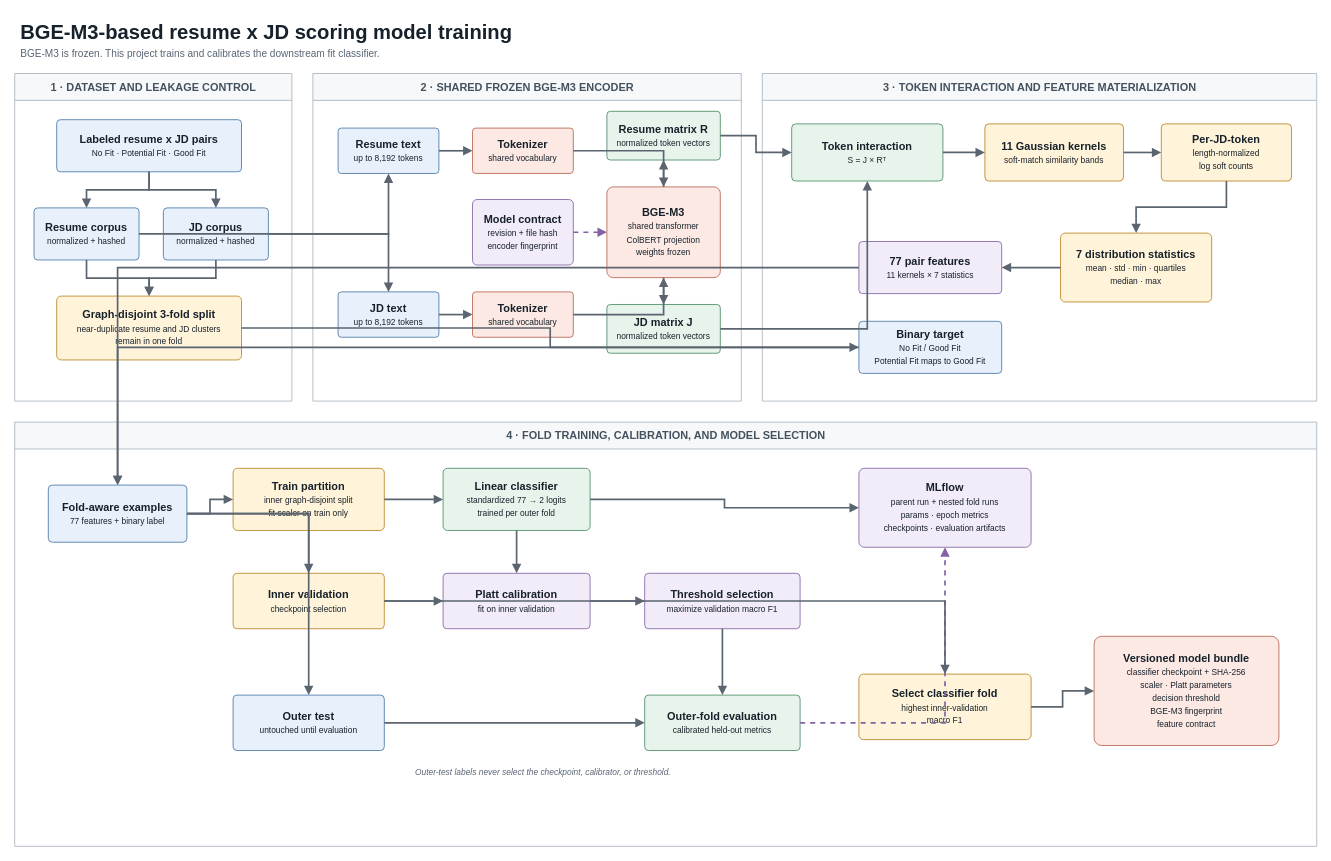
Before: assets/architecture.drawio in splion-360/work-while-you-work, a draw.io diagram. Source tidied: cells renumbered, new cells numbered last; positions are measured from the earlier drawing's top-left corner, leaving out a move shared by most shapes. Both pictures are drawn from the tidied source at 84%, with x=0, y=0 at pixel (14, 14).
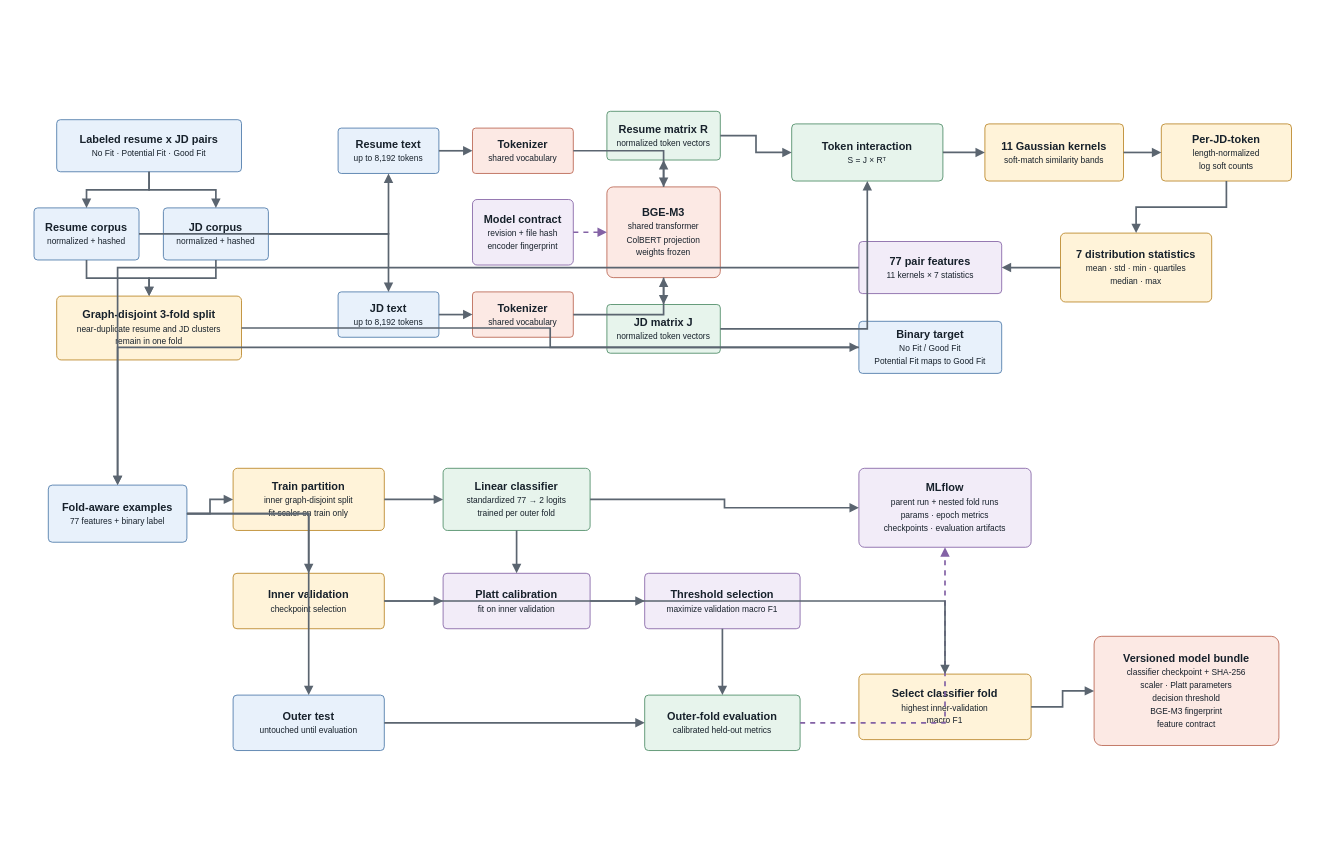
Above is the later version.

Commit message (it also covers changes not shown here):
simplify model architecture diagram

Change to the diagram source:
```diff
@@
-    <mxCell id="2" value="BGE-M3-based resume x JD scoring model training" style="text;fontFamily=Lexend;html=1;strokeColor=none;fillColor=none;align=left;fontSize=24;fontStyle=1;fontColor=#17212B;" parent="1" vertex="1">
-      <mxGeometry x="5" width="850" height="35" as="geometry" />
-    </mxCell>
-    <mxCell id="3" value="BGE-M3 is frozen. This project trains and calibrates the downstream fit classifier." style="text;fontFamily=Lexend;html=1;strokeColor=none;fillColor=none;align=left;fontSize=12;fontColor=#596674;" parent="1" vertex="1">
-      <mxGeometry x="5" y="33" width="850" height="24" as="geometry" />
-    </mxCell>
-    <mxCell id="4" value="1 · DATASET AND LEAKAGE CONTROL" style="swimlane;fontFamily=Lexend;html=1;startSize=32;horizontal=1;rounded=0;fillColor=#F6F8FA;swimlaneFillColor=#FFFFFF;strokeColor=#AAB4BE;fontColor=#44515E;fontStyle=1;fontSize=13;" parent="1" vertex="1">
+    <mxCell id="4" style="group;" parent="1" vertex="1">
       <mxGeometry y="70" width="330" height="390" as="geometry" />
     </mxCell>
@@
-    <mxCell id="9" value="2 · SHARED FROZEN BGE-M3 ENCODER" style="swimlane;fontFamily=Lexend;html=1;startSize=32;horizontal=1;rounded=0;fillColor=#F6F8FA;swimlaneFillColor=#FFFFFF;strokeColor=#AAB4BE;fontColor=#44515E;fontStyle=1;fontSize=13;" parent="1" vertex="1">
+    <mxCell id="9" style="group;" parent="1" vertex="1">
       <mxGeometry x="355" y="70" width="510" height="390" as="geometry" />
     </mxCell>
@@
-    <mxCell id="18" value="3 · TOKEN INTERACTION AND FEATURE MATERIALIZATION" style="swimlane;fontFamily=Lexend;html=1;startSize=32;horizontal=1;rounded=0;fillColor=#F6F8FA;swimlaneFillColor=#FFFFFF;strokeColor=#AAB4BE;fontColor=#44515E;fontStyle=1;fontSize=13;" parent="1" vertex="1">
+    <mxCell id="18" style="group;" parent="1" vertex="1">
       <mxGeometry x="890" y="70" width="660" height="390" as="geometry" />
     </mxCell>
@@
-    <mxCell id="25" value="4 · FOLD TRAINING, CALIBRATION, AND MODEL SELECTION" style="swimlane;fontFamily=Lexend;html=1;startSize=32;horizontal=1;rounded=0;fillColor=#F6F8FA;swimlaneFillColor=#FFFFFF;strokeColor=#AAB4BE;fontColor=#44515E;fontStyle=1;fontSize=13;" parent="1" vertex="1">
-      <mxGeometry y="485" width="1550" height="505" as="geometry" />
+    <mxCell id="25" style="group;" parent="1" vertex="1">
+      <mxGeometry y="485" width="1550" height="390" as="geometry" />
     </mxCell>
@@
-    <mxCell id="37" value="Outer-test labels never select the checkpoint, calibrator, or threshold." style="text;fontFamily=Lexend;html=1;strokeColor=none;fillColor=none;align=left;fontSize=10;fontStyle=2;fontColor=#596674;" parent="25" vertex="1">
-      <mxGeometry x="475" y="405" width="500" height="25" as="geometry" />
-    </mxCell>
```
